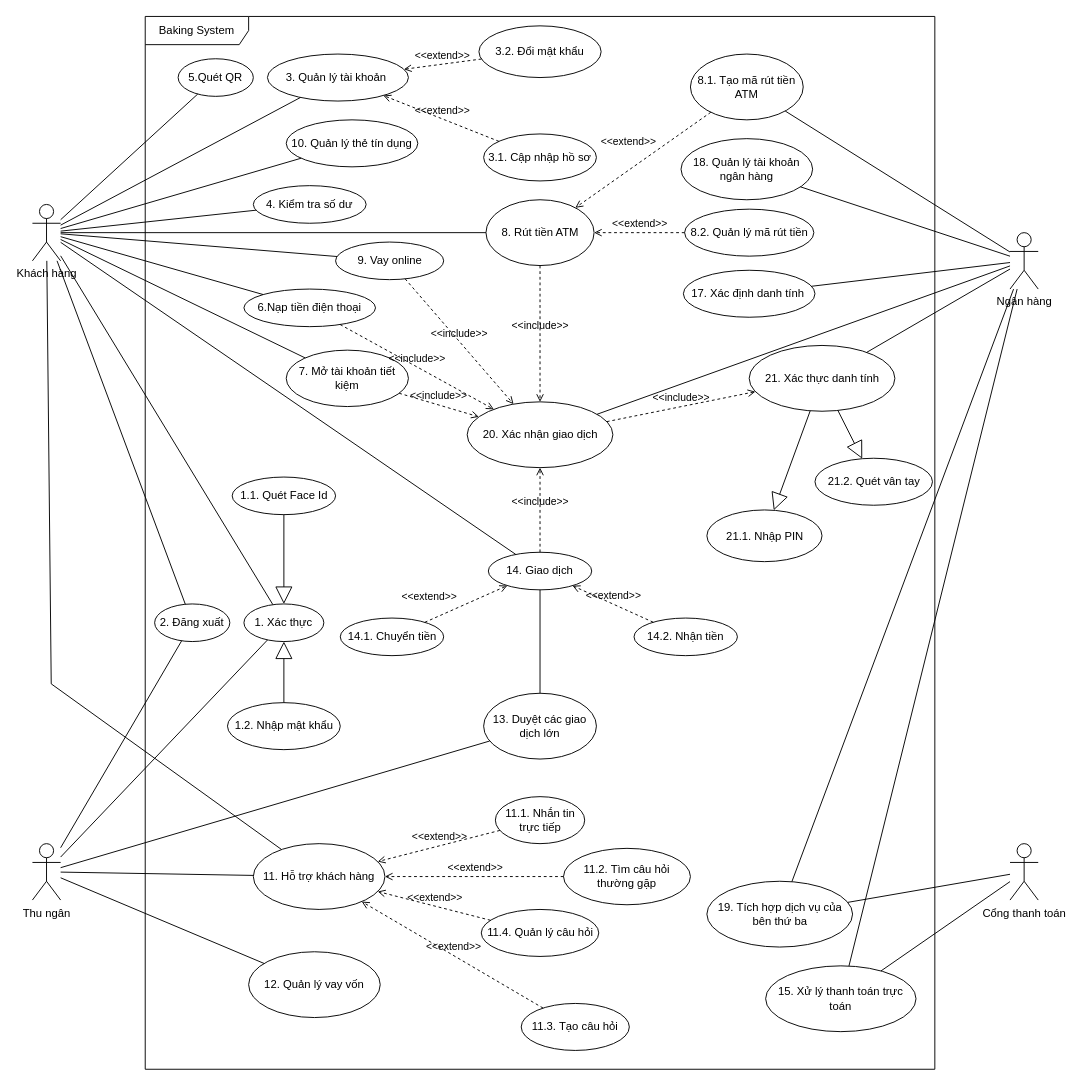
Earlier version of the draw.io diagram uml/BDHC_UseCaseDiagram_0.0.1.drawio (HoangDucBach/bghc). Source tidied: cells renumbered, new cells numbered last; positions are measured from the earlier drawing's top-left corner, leaving out a move shared by most shapes. Both pictures are drawn from the tidied source at 94%, with x=0, y=0 at pixel (32, 16).
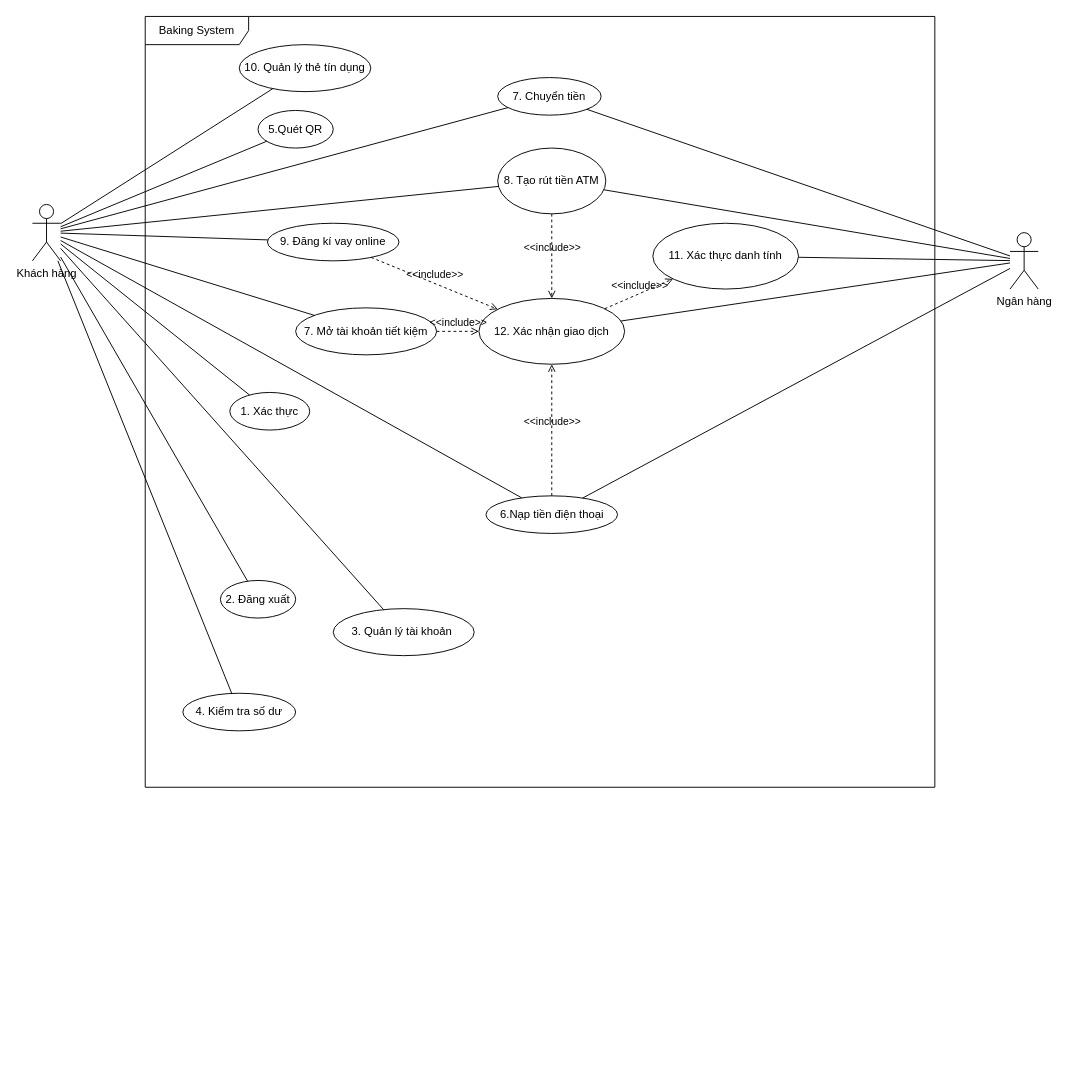
The same diagram, later.

Commit message (it also covers changes not shown here):
fix: use case diagram

The change refers to these unchanged cells:
```xml
<mxCell id="3" value="Khách hàng" style="shape=umlActor;verticalLabelPosition=bottom;verticalAlign=top;html=1;" parent="1" vertex="1">
  <mxGeometry y="200" width="30" height="60" as="geometry" />
</mxCell>
<mxCell id="5" value="Ngân hàng&lt;div&gt;&lt;br&gt;&lt;/div&gt;" style="shape=umlActor;verticalLabelPosition=bottom;verticalAlign=top;html=1;" parent="1" vertex="1">
  <mxGeometry x="1040" y="230" width="30" height="60" as="geometry" />
</mxCell>
```

Diff of the diagram source:
```diff
@@
-    <mxCell id="4" value="Thu ngân" style="shape=umlActor;verticalLabelPosition=bottom;verticalAlign=top;html=1;" parent="1" vertex="1">
-      <mxGeometry y="880" width="30" height="60" as="geometry" />
-    </mxCell>
@@
-    <mxCell id="6" value="Cổng thanh toán" style="shape=umlActor;verticalLabelPosition=bottom;verticalAlign=top;html=1;" parent="1" vertex="1">
-      <mxGeometry x="1040" y="880" width="30" height="60" as="geometry" />
-    </mxCell>
     <mxCell id="7" value="1. Xác thực" style="ellipse;whiteSpace=wrap;html=1;" parent="1" vertex="1">
-      <mxGeometry x="225" y="625" width="85" height="40" as="geometry" />
+      <mxGeometry x="210" y="400" width="85" height="40" as="geometry" />
     </mxCell>
     <mxCell id="8" value="2. Đăng xuất" style="ellipse;whiteSpace=wrap;html=1;" parent="1" vertex="1">
-      <mxGeometry x="130" y="625" width="80" height="40" as="geometry" />
+      <mxGeometry x="200" y="600" width="80" height="40" as="geometry" />
     </mxCell>
-    <mxCell id="9" value="1.1. Quét Face Id" style="ellipse;whiteSpace=wrap;html=1;" parent="1" vertex="1">
-      <mxGeometry x="212.5" y="490" width="110" height="40" as="geometry" />
-    </mxCell>
-    <mxCell id="10" value="1.2. Nhập mật khẩu" style="ellipse;whiteSpace=wrap;html=1;" parent="1" vertex="1">
-      <mxGeometry x="207.5" y="730" width="120" height="50" as="geometry" />
-    </mxCell>
     <mxCell id="11" value="4. Kiểm tra số dư" style="ellipse;whiteSpace=wrap;html=1;" parent="1" vertex="1">
-      <mxGeometry x="235" y="180" width="120" height="40" as="geometry" />
+      <mxGeometry x="160" y="720" width="120" height="40" as="geometry" />
     </mxCell>
     <mxCell id="12" value="5.Quét QR" style="ellipse;whiteSpace=wrap;html=1;" parent="1" vertex="1">
-      <mxGeometry x="155" y="45" width="80" height="40" as="geometry" />
+      <mxGeometry x="240" y="100" width="80" height="40" as="geometry" />
     </mxCell>
     <mxCell id="13" value="6.Nạp tiền điện thoại" style="ellipse;whiteSpace=wrap;html=1;" parent="1" vertex="1">
-      <mxGeometry x="225" y="290" width="140" height="40" as="geometry" />
+      <mxGeometry x="482.5" y="510" width="140" height="40" as="geometry" />
     </mxCell>
     <mxCell id="14" value="7. Mở tài khoản tiết kiệm" style="ellipse;whiteSpace=wrap;html=1;" parent="1" vertex="1">
-      <mxGeometry x="270" y="355" width="130" height="60" as="geometry" />
+      <mxGeometry x="280" y="310" width="150" height="50" as="geometry" />
     </mxCell>
-    <mxCell id="15" value="8. Rút tiền ATM" style="ellipse;whiteSpace=wrap;html=1;" parent="1" vertex="1">
-      <mxGeometry x="482.5" y="195" width="115" height="70" as="geometry" />
+    <mxCell id="15" value="8. Tạo rút tiền ATM" style="ellipse;whiteSpace=wrap;html=1;" parent="1" vertex="1">
+      <mxGeometry x="495" y="140" width="115" height="70" as="geometry" />
     </mxCell>
-    <mxCell id="16" value="&lt;p&gt;8.2. Quản lý mã rút tiền&lt;/p&gt;" style="ellipse;whiteSpace=wrap;html=1;" parent="1" vertex="1">
-      <mxGeometry x="693.8" y="205" width="137.5" height="50" as="geometry" />
-    </mxCell>
-    <mxCell id="17" value="9. Vay online" style="ellipse;whiteSpace=wrap;html=1;" parent="1" vertex="1">
-      <mxGeometry x="322.5" y="240" width="115" height="40" as="geometry" />
+    <mxCell id="17" value="9. Đăng kí vay online" style="ellipse;whiteSpace=wrap;html=1;" parent="1" vertex="1">
+      <mxGeometry x="250" y="220" width="140" height="40" as="geometry" />
     </mxCell>
     <mxCell id="18" value="10. Quản lý thẻ tín dụng" style="ellipse;whiteSpace=wrap;html=1;" parent="1" vertex="1">
-      <mxGeometry x="270" y="110" width="140" height="50" as="geometry" />
+      <mxGeometry x="220" y="30" width="140" height="50" as="geometry" />
     </mxCell>
-    <mxCell id="19" value="11. Hỗ trợ khách hàng" style="ellipse;whiteSpace=wrap;html=1;" parent="1" vertex="1">
-      <mxGeometry x="235" y="880" width="140" height="70" as="geometry" />
-    </mxCell>
-    <mxCell id="20" value="12. Quản lý vay vốn" style="ellipse;whiteSpace=wrap;html=1;" parent="1" vertex="1">
-      <mxGeometry x="230" y="995" width="140" height="70" as="geometry" />
-    </mxCell>
-    <mxCell id="21" value="13. Duyệt các giao dịch lớn" style="ellipse;whiteSpace=wrap;html=1;" parent="1" vertex="1">
-      <mxGeometry x="480" y="720" width="120" height="70" as="geometry" />
-    </mxCell>
     <mxCell id="22" value="3. Quản lý tài khoản&amp;nbsp;" style="ellipse;whiteSpace=wrap;html=1;" parent="1" vertex="1">
-      <mxGeometry x="250" y="40" width="150" height="50" as="geometry" />
+      <mxGeometry x="320" y="630" width="150" height="50" as="geometry" />
     </mxCell>
-    <mxCell id="23" value="3.1. Cập nhập hồ sơ" style="ellipse;whiteSpace=wrap;html=1;" parent="1" vertex="1">
-      <mxGeometry x="480" y="125" width="120" height="50" as="geometry" />
-    </mxCell>
-    <mxCell id="24" value="3.2. Đổi mật khẩu" style="ellipse;whiteSpace=wrap;html=1;" parent="1" vertex="1">
-      <mxGeometry x="475" y="10" width="130" height="55" as="geometry" />
-    </mxCell>
     <mxCell id="25" value="Baking System" style="shape=umlFrame;whiteSpace=wrap;html=1;width=110;height=30;" parent="1" vertex="1">
-      <mxGeometry x="120" width="840" height="1120" as="geometry" />
+      <mxGeometry x="120" width="840" height="820" as="geometry" />
     </mxCell>
-    <mxCell id="26" value="14. Giao dịch" style="ellipse;whiteSpace=wrap;html=1;" parent="1" vertex="1">
-      <mxGeometry x="485" y="570" width="110" height="40" as="geometry" />
-    </mxCell>
-    <mxCell id="27" value="15. Xử lý thanh toán trực toán" style="ellipse;whiteSpace=wrap;html=1;" parent="1" vertex="1">
-      <mxGeometry x="780" y="1010" width="160" height="70" as="geometry" />
-    </mxCell>
-    <mxCell id="28" value="17.&amp;nbsp;Xác định danh tính&amp;nbsp;" style="ellipse;whiteSpace=wrap;html=1;" parent="1" vertex="1">
-      <mxGeometry x="692.5" y="270" width="140" height="50" as="geometry" />
-    </mxCell>
-    <mxCell id="29" value="18. Quản lý tài khoản ngân hàng" style="ellipse;whiteSpace=wrap;html=1;" parent="1" vertex="1">
-      <mxGeometry x="690" y="130" width="140" height="65" as="geometry" />
-    </mxCell>
-    <mxCell id="30" value="19.&amp;nbsp;Tích hợp dịch vụ của bên thứ ba" style="ellipse;whiteSpace=wrap;html=1;" parent="1" vertex="1">
-      <mxGeometry x="717.5" y="920" width="155" height="70" as="geometry" />
-    </mxCell>
@@
-    <mxCell id="36" style="rounded=0;jettySize=auto;html=1;endArrow=none;endFill=0;" parent="1" edge="1" source="3" target="26">
-      <mxGeometry relative="1" as="geometry" />
-    </mxCell>
@@
-    <mxCell id="39" value="&amp;lt;&amp;lt;extend&amp;gt;&amp;gt;" style="html=1;verticalAlign=bottom;labelBackgroundColor=none;endArrow=open;endFill=0;dashed=1;rounded=0;" parent="1" edge="1" source="23" target="22">
-      <mxGeometry x="-0.01" relative="1" as="geometry" />
-    </mxCell>
-    <mxCell id="40" value="&amp;lt;&amp;lt;extend&amp;gt;&amp;gt;" style="html=1;verticalAlign=bottom;labelBackgroundColor=none;endArrow=open;endFill=0;dashed=1;rounded=0;" parent="1" edge="1" source="24" target="22">
-      <mxGeometry relative="1" as="geometry" />
-    </mxCell>
@@
-    <mxCell id="43" value="&amp;lt;&amp;lt;extend&amp;gt;&amp;gt;" style="html=1;verticalAlign=bottom;labelBackgroundColor=none;endArrow=open;endFill=0;dashed=1;rounded=0;" parent="1" edge="1" source="50" target="15">
-      <mxGeometry x="0.08" y="-18" relative="1" as="geometry" />
-    </mxCell>
-    <mxCell id="44" value="&amp;lt;&amp;lt;extend&amp;gt;&amp;gt;" style="html=1;verticalAlign=bottom;labelBackgroundColor=none;endArrow=open;endFill=0;dashed=1;rounded=0;" parent="1" edge="1" source="16" target="15">
-      <mxGeometry relative="1" as="geometry" />
-    </mxCell>
-    <mxCell id="45" style="rounded=0;jettySize=auto;html=1;endArrow=none;endFill=0;" parent="1" edge="1" source="4" target="19">
-      <mxGeometry relative="1" as="geometry" />
-    </mxCell>
-    <mxCell id="46" style="rounded=0;jettySize=auto;html=1;endArrow=none;endFill=0;" parent="1" edge="1" source="4" target="20">
-      <mxGeometry relative="1" as="geometry" />
-    </mxCell>
-    <mxCell id="47" style="rounded=0;jettySize=auto;html=1;endArrow=none;endFill=0;" parent="1" edge="1" source="4" target="21">
-      <mxGeometry relative="1" as="geometry" />
-    </mxCell>
-    <mxCell id="48" style="rounded=0;jettySize=auto;html=1;endArrow=none;endFill=0;" parent="1" edge="1" source="5" target="29">
-      <mxGeometry relative="1" as="geometry" />
-    </mxCell>
-    <mxCell id="49" style="rounded=0;jettySize=auto;html=1;endArrow=none;endFill=0;" parent="1" edge="1" source="5" target="28">
-      <mxGeometry relative="1" as="geometry" />
-    </mxCell>
-    <mxCell id="50" value="8.1. Tạo mã rút tiền ATM" style="ellipse;whiteSpace=wrap;html=1;" parent="1" vertex="1">
-      <mxGeometry x="700" y="40" width="120" height="70" as="geometry" />
-    </mxCell>
-    <mxCell id="51" style="endArrow=block;endSize=16;endFill=0;html=1;rounded=0;" parent="1" edge="1" source="9" target="7">
-      <mxGeometry relative="1" as="geometry" />
-    </mxCell>
-    <mxCell id="52" style="endArrow=block;endSize=16;endFill=0;html=1;rounded=0;" parent="1" edge="1" source="10" target="7">
-      <mxGeometry relative="1" as="geometry" />
-    </mxCell>
-    <mxCell id="53" style="rounded=0;jettySize=auto;html=1;endArrow=none;endFill=0;" parent="1" edge="1" source="5" target="50">
+    <mxCell id="53" style="rounded=0;jettySize=auto;html=1;endArrow=none;endFill=0;" parent="1" edge="1" source="5" target="15">
       <mxGeometry relative="1" as="geometry" />
     </mxCell>
-    <mxCell id="54" value="14.1. Chuyển tiền" style="ellipse;whiteSpace=wrap;html=1;" parent="1" vertex="1">
-      <mxGeometry x="327.5" y="640" width="110" height="40" as="geometry" />
+    <mxCell id="54" value="7. Chuyển tiền" style="ellipse;whiteSpace=wrap;html=1;" parent="1" vertex="1">
+      <mxGeometry x="495" y="65" width="110" height="40" as="geometry" />
     </mxCell>
-    <mxCell id="55" value="14.2. Nhận tiền" style="ellipse;whiteSpace=wrap;html=1;" parent="1" vertex="1">
-      <mxGeometry x="640" y="640" width="110" height="40" as="geometry" />
-    </mxCell>
-    <mxCell id="56" style="rounded=0;jettySize=auto;html=1;endArrow=none;endFill=0;" parent="1" edge="1" source="26" target="21">
-      <mxGeometry relative="1" as="geometry" />
-    </mxCell>
-    <mxCell id="57" value="&amp;lt;&amp;lt;extend&amp;gt;&amp;gt;" style="html=1;verticalAlign=bottom;labelBackgroundColor=none;endArrow=open;endFill=0;dashed=1;rounded=0;" parent="1" edge="1" source="55" target="26">
-      <mxGeometry x="-0.01" relative="1" as="geometry" />
-    </mxCell>
-    <mxCell id="58" value="&amp;lt;&amp;lt;extend&amp;gt;&amp;gt;" style="html=1;verticalAlign=bottom;labelBackgroundColor=none;endArrow=open;endFill=0;dashed=1;rounded=0;" parent="1" edge="1" source="54" target="26">
-      <mxGeometry x="-0.74" y="15" relative="1" as="geometry" />
-    </mxCell>
-    <mxCell id="59" style="rounded=0;jettySize=auto;html=1;endArrow=none;endFill=0;" parent="1" edge="1" source="6" target="27">
-      <mxGeometry relative="1" as="geometry" />
-    </mxCell>
-    <mxCell id="60" style="rounded=0;jettySize=auto;html=1;endArrow=none;endFill=0;" parent="1" edge="1" source="6" target="30">
-      <mxGeometry relative="1" as="geometry" />
-    </mxCell>
-    <mxCell id="61" value="20. Xác nhận giao dịch" style="ellipse;whiteSpace=wrap;html=1;" parent="1" vertex="1">
-      <mxGeometry x="462.5" y="410" width="155" height="70" as="geometry" />
+    <mxCell id="61" value="12. Xác nhận giao dịch" style="ellipse;whiteSpace=wrap;html=1;" parent="1" vertex="1">
+      <mxGeometry x="475" y="300" width="155" height="70" as="geometry" />
     </mxCell>
-    <mxCell id="62" value="21. Xác thực danh tính" style="ellipse;whiteSpace=wrap;html=1;" parent="1" vertex="1">
-      <mxGeometry x="762.5" y="350" width="155" height="70" as="geometry" />
+    <mxCell id="62" value="11. Xác thực danh tính" style="ellipse;whiteSpace=wrap;html=1;" parent="1" vertex="1">
+      <mxGeometry x="660" y="220" width="155" height="70" as="geometry" />
     </mxCell>
-    <mxCell id="63" value="21.1. Nhập PIN" style="ellipse;whiteSpace=wrap;html=1;" parent="1" vertex="1">
-      <mxGeometry x="717.5" y="525" width="122.5" height="55" as="geometry" />
-    </mxCell>
-    <mxCell id="64" value="21.2. Quét vân tay" style="ellipse;whiteSpace=wrap;html=1;" parent="1" vertex="1">
-      <mxGeometry x="832.5" y="470" width="125" height="50" as="geometry" />
-    </mxCell>
-    <mxCell id="65" style="endArrow=block;endSize=16;endFill=0;html=1;rounded=0;" parent="1" edge="1" source="62" target="64">
-      <mxGeometry relative="1" as="geometry" />
-    </mxCell>
-    <mxCell id="66" style="endArrow=block;endSize=16;endFill=0;html=1;rounded=0;" parent="1" edge="1" source="62" target="63">
-      <mxGeometry relative="1" as="geometry" />
-    </mxCell>
@@
-    <mxCell id="70" style="rounded=0;jettySize=auto;html=1;endArrow=none;endFill=0;" parent="1" edge="1" source="5" target="27">
-      <mxGeometry relative="1" as="geometry" />
-    </mxCell>
-    <mxCell id="71" style="rounded=0;jettySize=auto;html=1;endArrow=none;endFill=0;" parent="1" edge="1" source="5" target="30">
-      <mxGeometry relative="1" as="geometry" />
-    </mxCell>
@@
-    <mxCell id="73" value="&amp;lt;&amp;lt;include&amp;gt;&amp;gt;" style="html=1;verticalAlign=bottom;labelBackgroundColor=none;endArrow=open;endFill=0;dashed=1;rounded=0;" parent="1" edge="1" source="26" target="61">
-      <mxGeometry relative="1" as="geometry" />
-    </mxCell>
@@
-    <mxCell id="77" style="rounded=0;jettySize=auto;html=1;endArrow=none;endFill=0;" parent="1" edge="1" source="3" target="19">
-      <mxGeometry relative="1" as="geometry">
-        <Array as="points">
-          <mxPoint x="20" y="710" />
-        </Array>
-      </mxGeometry>
-    </mxCell>
-    <mxCell id="78" value="11.1. Nhắn tin trực tiếp" style="ellipse;whiteSpace=wrap;html=1;" parent="1" vertex="1">
-      <mxGeometry x="492.5" y="830" width="95" height="50" as="geometry" />
-    </mxCell>
-    <mxCell id="79" value="11.2. Tìm câu hỏi thường gặp" style="ellipse;whiteSpace=wrap;html=1;" parent="1" vertex="1">
-      <mxGeometry x="565" y="885" width="135" height="60" as="geometry" />
-    </mxCell>
-    <mxCell id="80" value="11.3. Tạo câu hỏi" style="ellipse;whiteSpace=wrap;html=1;" parent="1" vertex="1">
-      <mxGeometry x="520" y="1050" width="115" height="50" as="geometry" />
-    </mxCell>
-    <mxCell id="81" value="11.4. Quản lý câu hỏi" style="ellipse;whiteSpace=wrap;html=1;" parent="1" vertex="1">
-      <mxGeometry x="477.5" y="950" width="125" height="50" as="geometry" />
-    </mxCell>
-    <mxCell id="82" value="&amp;lt;&amp;lt;extend&amp;gt;&amp;gt;" style="html=1;verticalAlign=bottom;labelBackgroundColor=none;endArrow=open;endFill=0;dashed=1;rounded=0;" parent="1" edge="1" source="78" target="19">
-      <mxGeometry x="-0.01" relative="1" as="geometry" />
-    </mxCell>
-    <mxCell id="83" value="&amp;lt;&amp;lt;extend&amp;gt;&amp;gt;" style="html=1;verticalAlign=bottom;labelBackgroundColor=none;endArrow=open;endFill=0;dashed=1;rounded=0;" parent="1" edge="1" source="79" target="19">
-      <mxGeometry x="-0.01" relative="1" as="geometry" />
-    </mxCell>
-    <mxCell id="84" value="&amp;lt;&amp;lt;extend&amp;gt;&amp;gt;" style="html=1;verticalAlign=bottom;labelBackgroundColor=none;endArrow=open;endFill=0;dashed=1;rounded=0;" parent="1" edge="1" source="80" target="19">
-      <mxGeometry x="-0.01" relative="1" as="geometry" />
-    </mxCell>
-    <mxCell id="85" value="&amp;lt;&amp;lt;extend&amp;gt;&amp;gt;" style="html=1;verticalAlign=bottom;labelBackgroundColor=none;endArrow=open;endFill=0;dashed=1;rounded=0;" parent="1" edge="1" source="81" target="19">
-      <mxGeometry x="-0.01" relative="1" as="geometry" />
-    </mxCell>
-    <mxCell id="86" style="rounded=0;jettySize=auto;html=1;endArrow=none;endFill=0;" parent="1" edge="1" source="8" target="4">
-      <mxGeometry relative="1" as="geometry" />
-    </mxCell>
-    <mxCell id="87" style="rounded=0;jettySize=auto;html=1;endArrow=none;endFill=0;" parent="1" edge="1" source="7" target="4">
-      <mxGeometry relative="1" as="geometry" />
-    </mxCell>
+    <mxCell id="88" style="rounded=0;jettySize=auto;html=1;endArrow=none;endFill=0;" parent="1" edge="1" source="5" target="54">
+      <mxGeometry relative="1" as="geometry" />
+    </mxCell>
+    <mxCell id="89" style="rounded=0;jettySize=auto;html=1;endArrow=none;endFill=0;" parent="1" edge="1" source="3" target="54">
+      <mxGeometry relative="1" as="geometry" />
+    </mxCell>
+    <mxCell id="90" style="rounded=0;jettySize=auto;html=1;endArrow=none;endFill=0;" parent="1" edge="1" source="5" target="13">
+      <mxGeometry relative="1" as="geometry" />
+    </mxCell>
```
